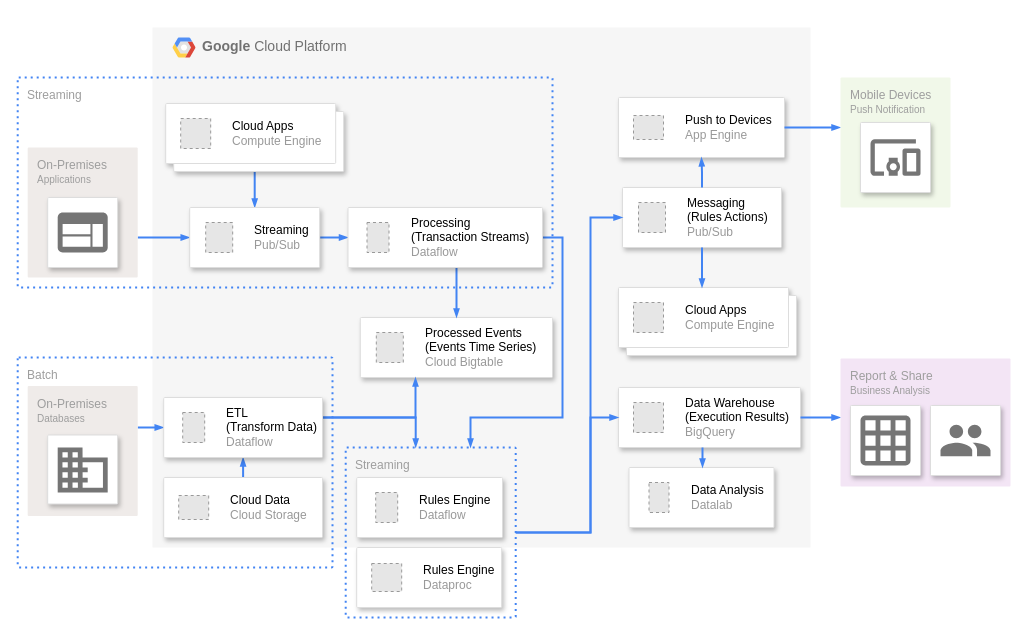
Before: CFCA调度中心/任务依赖.drawio in sd1026203/drawio, a draw.io diagram. Source tidied: cells renumbered, new cells numbered last; positions are measured from the earlier drawing's top-left corner, leaving out a move shared by most shapes. Both pictures are drawn from the tidied source at 100%, with x=0, y=0 at pixel (17, 27). Pictures stored in the file or linked from it are replaced by grey dashed boxes.
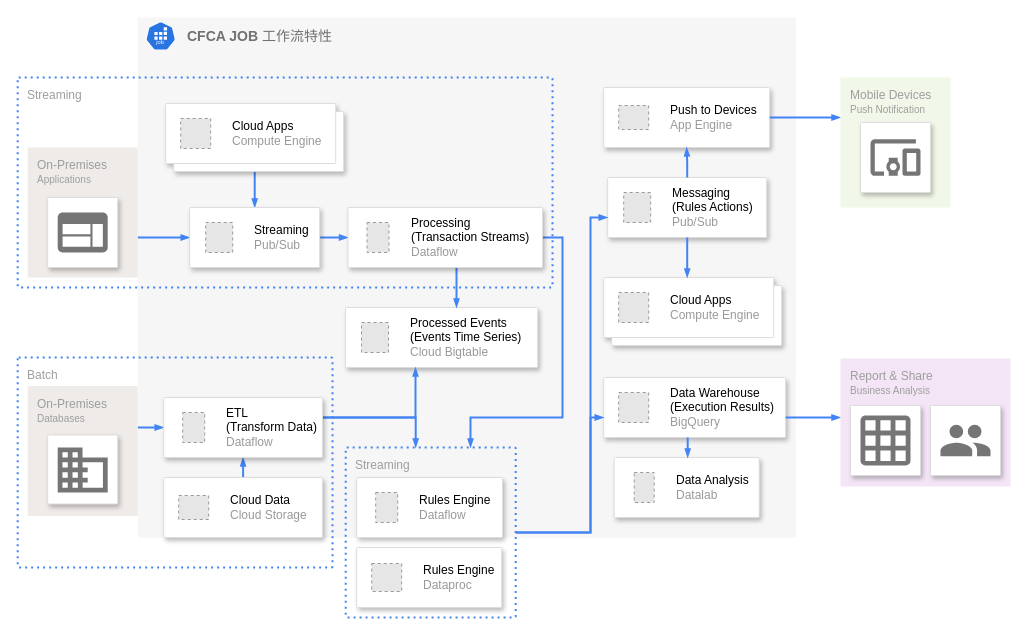
Above is the later version.

Commit message (it also covers changes not shown here):
更新任务依赖.drawio

The edit, as a diff of the source:
```diff
@@
-    <mxCell id="2" value="&lt;b&gt;Google &lt;/b&gt;Cloud Platform" style="fillColor=#F6F6F6;strokeColor=none;shadow=0;gradientColor=none;fontSize=14;align=left;spacing=10;fontColor=#717171;9E9E9E;verticalAlign=top;spacingTop=-4;fontStyle=0;spacingLeft=40;html=1;" parent="1" vertex="1">
-      <mxGeometry x="135" width="658" height="520" as="geometry" />
+    <mxCell id="2" value="&lt;b&gt;CFCA JOB&amp;nbsp;&lt;/b&gt;工作流特性" style="fillColor=#F6F6F6;strokeColor=none;shadow=0;gradientColor=none;fontSize=14;align=left;spacing=10;fontColor=#717171;9E9E9E;verticalAlign=top;spacingTop=-4;fontStyle=0;spacingLeft=40;html=1;" parent="1" vertex="1">
+      <mxGeometry x="120.2" y="-10" width="658" height="520" as="geometry" />
     </mxCell>
-    <mxCell id="3" style="shape=mxgraph.gcp2.google_cloud_platform;fillColor=#F6F6F6;strokeColor=none;shadow=0;gradientColor=none;" parent="2" vertex="1">
-      <mxGeometry width="23" height="20" relative="1" as="geometry">
-        <mxPoint x="20" y="10" as="offset" />
-      </mxGeometry>
-    </mxCell>
@@
+    <mxCell id="63" style="sketch=0;html=1;dashed=0;whitespace=wrap;verticalLabelPosition=bottom;verticalAlign=top;fillColor=#2875E2;strokeColor=#ffffff;shape=mxgraph.kubernetes.icon2;kubernetesLabel=1;prIcon=job;" parent="2" vertex="1">
+      <mxGeometry x="8" y="4" width="30" height="28.8" as="geometry" />
+    </mxCell>
```
